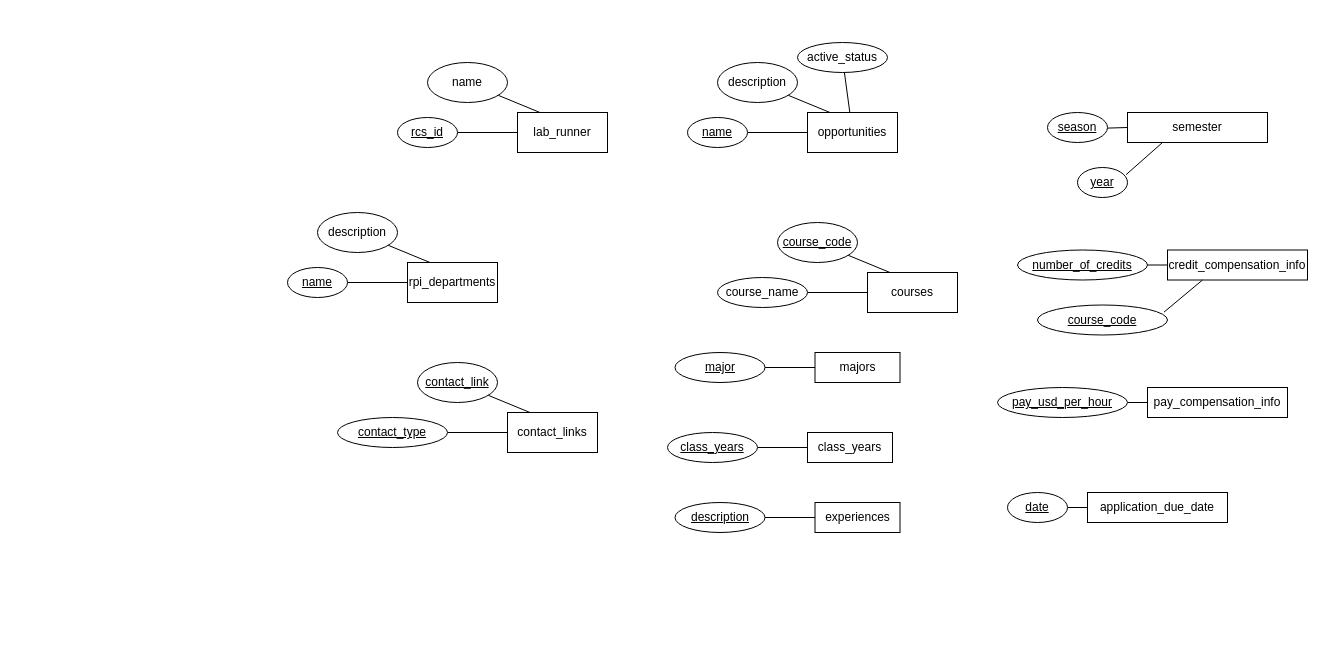
The draw.io diagram docs/database_docs/phase2_erd_sunny.drawio in LabConnect-RCOS/LabConnect-Backend, before the edit. Source tidied: cells renumbered, new cells numbered last; positions are measured from the earlier drawing's top-left corner, leaving out a move shared by most shapes. Both pictures are drawn from the tidied source at 100%, with x=0, y=0 at pixel (287, 42).
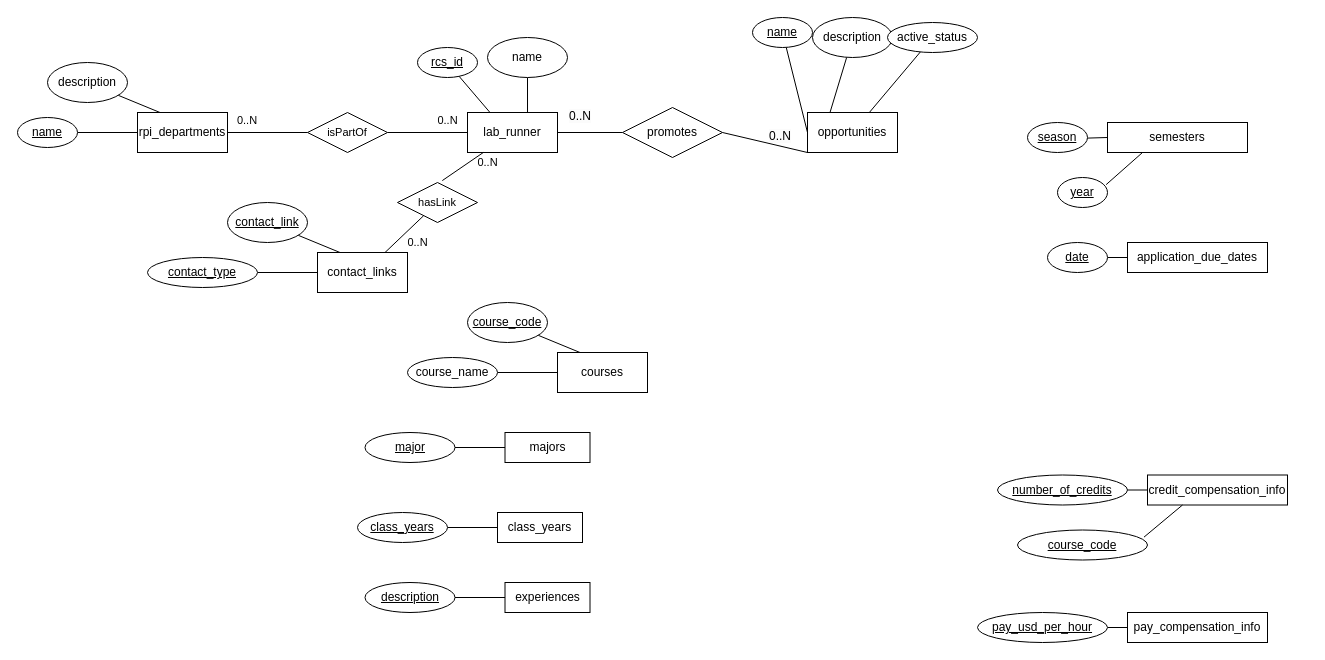
The same page after the edit.

Unchanged cells that the change refers to:
```xml
<mxCell id="2" value="opportunities" style="rounded=0;whiteSpace=wrap;html=1;" parent="1" vertex="1">
  <mxGeometry x="520" y="70" width="90" height="40" as="geometry" />
</mxCell>
```

The edit, as a diff of the source:
```diff
@@
     <mxCell id="4" value="&lt;u&gt;name&lt;/u&gt;" style="ellipse;whiteSpace=wrap;html=1;" parent="1" vertex="1">
-      <mxGeometry x="400" y="75" width="60" height="30" as="geometry" />
+      <mxGeometry x="465" y="-25" width="60" height="30" as="geometry" />
     </mxCell>
@@
     <mxCell id="6" value="description" style="ellipse;whiteSpace=wrap;html=1;" parent="1" vertex="1">
-      <mxGeometry x="430" y="20" width="80" height="40" as="geometry" />
+      <mxGeometry x="525" y="-25" width="80" height="40" as="geometry" />
     </mxCell>
@@
     <mxCell id="8" value="active_status" style="ellipse;whiteSpace=wrap;html=1;" parent="1" vertex="1">
-      <mxGeometry x="510" width="90" height="30" as="geometry" />
+      <mxGeometry x="600" y="-20" width="90" height="30" as="geometry" />
     </mxCell>
     <mxCell id="9" value="rpi_departments" style="rounded=0;whiteSpace=wrap;html=1;" parent="1" vertex="1">
-      <mxGeometry x="120" y="220" width="90" height="40" as="geometry" />
+      <mxGeometry x="-150" y="70" width="90" height="40" as="geometry" />
     </mxCell>
@@
     <mxCell id="11" value="&lt;u&gt;name&lt;/u&gt;" style="ellipse;whiteSpace=wrap;html=1;" parent="1" vertex="1">
-      <mxGeometry y="225" width="60" height="30" as="geometry" />
+      <mxGeometry x="-270" y="75" width="60" height="30" as="geometry" />
     </mxCell>
@@
     <mxCell id="13" value="description" style="ellipse;whiteSpace=wrap;html=1;" parent="1" vertex="1">
-      <mxGeometry x="30" y="170" width="80" height="40" as="geometry" />
+      <mxGeometry x="-240" y="20" width="80" height="40" as="geometry" />
     </mxCell>
     <mxCell id="14" value="lab_runner" style="rounded=0;whiteSpace=wrap;html=1;" parent="1" vertex="1">
-      <mxGeometry x="230" y="70" width="90" height="40" as="geometry" />
+      <mxGeometry x="180" y="70" width="90" height="40" as="geometry" />
     </mxCell>
-    <mxCell id="15" style="rounded=0;jettySize=auto;html=1;entryX=0;entryY=0.5;entryDx=0;entryDy=0;endArrow=none;endFill=0;" parent="1" edge="1" source="16" target="14">
+    <mxCell id="15" style="rounded=0;jettySize=auto;html=1;entryX=0.25;entryY=0;entryDx=0;entryDy=0;endArrow=none;endFill=0;" parent="1" edge="1" source="16" target="14">
       <mxGeometry relative="1" as="geometry" />
     </mxCell>
     <mxCell id="16" value="&lt;u&gt;rcs_id&lt;/u&gt;" style="ellipse;whiteSpace=wrap;html=1;" parent="1" vertex="1">
-      <mxGeometry x="110" y="75" width="60" height="30" as="geometry" />
+      <mxGeometry x="130" y="5" width="60" height="30" as="geometry" />
     </mxCell>
-    <mxCell id="17" style="rounded=0;jettySize=auto;html=1;entryX=0.25;entryY=0;entryDx=0;entryDy=0;endArrow=none;endFill=0;" parent="1" edge="1" source="18" target="14">
+    <mxCell id="17" style="rounded=0;jettySize=auto;html=1;entryX=0.667;entryY=0;entryDx=0;entryDy=0;endArrow=none;endFill=0;entryPerimeter=0;" parent="1" edge="1" source="18" target="14">
       <mxGeometry relative="1" as="geometry" />
     </mxCell>
     <mxCell id="18" value="name" style="ellipse;whiteSpace=wrap;html=1;" parent="1" vertex="1">
-      <mxGeometry x="140" y="20" width="80" height="40" as="geometry" />
+      <mxGeometry x="200" y="-5" width="80" height="40" as="geometry" />
     </mxCell>
     <mxCell id="19" value="contact_links" style="rounded=0;whiteSpace=wrap;html=1;" parent="1" vertex="1">
-      <mxGeometry x="220" y="370" width="90" height="40" as="geometry" />
+      <mxGeometry x="30" y="210" width="90" height="40" as="geometry" />
     </mxCell>
@@
     <mxCell id="21" value="&lt;u&gt;contact_type&lt;/u&gt;" style="ellipse;whiteSpace=wrap;html=1;" parent="1" vertex="1">
-      <mxGeometry x="50" y="375" width="110" height="30" as="geometry" />
+      <mxGeometry x="-140" y="215" width="110" height="30" as="geometry" />
     </mxCell>
@@
     <mxCell id="23" value="&lt;u&gt;contact_link&lt;/u&gt;" style="ellipse;whiteSpace=wrap;html=1;" parent="1" vertex="1">
-      <mxGeometry x="130" y="320" width="80" height="40" as="geometry" />
+      <mxGeometry x="-60" y="160" width="80" height="40" as="geometry" />
     </mxCell>
     <mxCell id="24" value="courses" style="rounded=0;whiteSpace=wrap;html=1;" parent="1" vertex="1">
-      <mxGeometry x="580" y="230" width="90" height="40" as="geometry" />
+      <mxGeometry x="270" y="310" width="90" height="40" as="geometry" />
     </mxCell>
@@
     <mxCell id="26" value="course_name" style="ellipse;whiteSpace=wrap;html=1;" parent="1" vertex="1">
-      <mxGeometry x="430" y="235" width="90" height="30" as="geometry" />
+      <mxGeometry x="120" y="315" width="90" height="30" as="geometry" />
     </mxCell>
@@
     <mxCell id="28" value="&lt;u&gt;course_code&lt;/u&gt;" style="ellipse;whiteSpace=wrap;html=1;" parent="1" vertex="1">
-      <mxGeometry x="490" y="180" width="80" height="40" as="geometry" />
+      <mxGeometry x="180" y="260" width="80" height="40" as="geometry" />
     </mxCell>
     <mxCell id="29" value="majors" style="rounded=0;whiteSpace=wrap;html=1;" parent="1" vertex="1">
-      <mxGeometry x="527.5" y="310" width="85" height="30" as="geometry" />
+      <mxGeometry x="217.5" y="390" width="85" height="30" as="geometry" />
     </mxCell>
@@
     <mxCell id="31" value="&lt;u&gt;major&lt;/u&gt;" style="ellipse;whiteSpace=wrap;html=1;" parent="1" vertex="1">
-      <mxGeometry x="387.5" y="310" width="90" height="30" as="geometry" />
+      <mxGeometry x="77.5" y="390" width="90" height="30" as="geometry" />
     </mxCell>
     <mxCell id="32" value="class_years" style="rounded=0;whiteSpace=wrap;html=1;" parent="1" vertex="1">
-      <mxGeometry x="520" y="390" width="85" height="30" as="geometry" />
+      <mxGeometry x="210" y="470" width="85" height="30" as="geometry" />
     </mxCell>
@@
     <mxCell id="34" value="&lt;u&gt;class_years&lt;/u&gt;" style="ellipse;whiteSpace=wrap;html=1;" parent="1" vertex="1">
-      <mxGeometry x="380" y="390" width="90" height="30" as="geometry" />
+      <mxGeometry x="70" y="470" width="90" height="30" as="geometry" />
     </mxCell>
     <mxCell id="35" value="experiences" style="rounded=0;whiteSpace=wrap;html=1;" parent="1" vertex="1">
-      <mxGeometry x="527.5" y="460" width="85" height="30" as="geometry" />
+      <mxGeometry x="217.5" y="540" width="85" height="30" as="geometry" />
     </mxCell>
@@
     <mxCell id="37" value="&lt;u&gt;description&lt;/u&gt;" style="ellipse;whiteSpace=wrap;html=1;" parent="1" vertex="1">
-      <mxGeometry x="387.5" y="460" width="90" height="30" as="geometry" />
+      <mxGeometry x="77.5" y="540" width="90" height="30" as="geometry" />
     </mxCell>
     <mxCell id="38" value="pay_compensation_info" style="rounded=0;whiteSpace=wrap;html=1;" parent="1" vertex="1">
-      <mxGeometry x="860" y="345" width="140" height="30" as="geometry" />
+      <mxGeometry x="840" y="570" width="140" height="30" as="geometry" />
     </mxCell>
@@
     <mxCell id="40" value="&lt;u&gt;pay_usd_per_hour&lt;/u&gt;" style="ellipse;whiteSpace=wrap;html=1;" parent="1" vertex="1">
-      <mxGeometry x="710" y="345" width="130" height="30" as="geometry" />
+      <mxGeometry x="690" y="570" width="130" height="30" as="geometry" />
     </mxCell>
     <mxCell id="41" value="credit_compensation_info" style="rounded=0;whiteSpace=wrap;html=1;" parent="1" vertex="1">
-      <mxGeometry x="880" y="207.5" width="140" height="30" as="geometry" />
+      <mxGeometry x="860" y="432.5" width="140" height="30" as="geometry" />
     </mxCell>
@@
     <mxCell id="43" value="&lt;u&gt;number_of_credits&lt;/u&gt;" style="ellipse;whiteSpace=wrap;html=1;" parent="1" vertex="1">
-      <mxGeometry x="730" y="207.5" width="130" height="30" as="geometry" />
+      <mxGeometry x="710" y="432.5" width="130" height="30" as="geometry" />
     </mxCell>
@@
     <mxCell id="45" value="&lt;u&gt;course_code&lt;/u&gt;" style="ellipse;whiteSpace=wrap;html=1;" parent="1" vertex="1">
-      <mxGeometry x="750" y="262.5" width="130" height="30" as="geometry" />
+      <mxGeometry x="730" y="487.5" width="130" height="30" as="geometry" />
     </mxCell>
-    <mxCell id="46" value="application_due_date" style="rounded=0;whiteSpace=wrap;html=1;" parent="1" vertex="1">
-      <mxGeometry x="800" y="450" width="140" height="30" as="geometry" />
+    <mxCell id="46" value="application_due_dates" style="rounded=0;whiteSpace=wrap;html=1;" parent="1" vertex="1">
+      <mxGeometry x="840" y="200" width="140" height="30" as="geometry" />
     </mxCell>
@@
     <mxCell id="48" value="&lt;u&gt;date&lt;/u&gt;" style="ellipse;whiteSpace=wrap;html=1;" parent="1" vertex="1">
-      <mxGeometry x="720" y="450" width="60" height="30" as="geometry" />
+      <mxGeometry x="760" y="200" width="60" height="30" as="geometry" />
     </mxCell>
-    <mxCell id="49" value="semester" style="rounded=0;whiteSpace=wrap;html=1;" parent="1" vertex="1">
-      <mxGeometry x="840" y="70" width="140" height="30" as="geometry" />
+    <mxCell id="49" value="semesters" style="rounded=0;whiteSpace=wrap;html=1;" parent="1" vertex="1">
+      <mxGeometry x="820" y="80" width="140" height="30" as="geometry" />
     </mxCell>
@@
     <mxCell id="51" value="&lt;u&gt;season&lt;/u&gt;" style="ellipse;whiteSpace=wrap;html=1;" parent="1" vertex="1">
-      <mxGeometry x="760" y="70" width="60" height="30" as="geometry" />
+      <mxGeometry x="740" y="80" width="60" height="30" as="geometry" />
     </mxCell>
@@
     <mxCell id="53" value="&lt;u&gt;year&lt;/u&gt;" style="ellipse;whiteSpace=wrap;html=1;" parent="1" vertex="1">
-      <mxGeometry x="790" y="125" width="50" height="30" as="geometry" />
+      <mxGeometry x="770" y="135" width="50" height="30" as="geometry" />
     </mxCell>
+    <mxCell id="54" style="rounded=0;jettySize=auto;html=1;endArrow=none;endFill=0;exitX=0;exitY=0.5;exitDx=0;exitDy=0;" parent="1" edge="1" source="56" target="14">
+      <mxGeometry relative="1" as="geometry" />
+    </mxCell>
+    <mxCell id="55" style="edgeStyle=none;shape=connector;rounded=0;jettySize=auto;html=1;entryX=0;entryY=1;entryDx=0;entryDy=0;labelBackgroundColor=default;strokeColor=default;align=center;verticalAlign=middle;fontFamily=Helvetica;fontSize=11;fontColor=default;endArrow=none;endFill=0;exitX=1;exitY=0.5;exitDx=0;exitDy=0;" parent="1" edge="1" source="56" target="2">
+      <mxGeometry relative="1" as="geometry" />
+    </mxCell>
+    <mxCell id="56" value="promotes" style="rhombus;whiteSpace=wrap;html=1;" parent="1" vertex="1">
+      <mxGeometry x="335" y="65" width="100" height="50" as="geometry" />
+    </mxCell>
+    <mxCell id="57" value="&lt;span style=&quot;color: rgb(0, 0, 0); font-family: Helvetica; font-size: 12px; font-style: normal; font-variant-ligatures: normal; font-variant-caps: normal; font-weight: 400; letter-spacing: normal; orphans: 2; text-align: center; text-indent: 0px; text-transform: none; widows: 2; word-spacing: 0px; -webkit-text-stroke-width: 0px; background-color: rgb(251, 251, 251); text-decoration-thickness: initial; text-decoration-style: initial; text-decoration-color: initial; float: none; display: inline !important;&quot;&gt;0..N&lt;/span&gt;" style="text;whiteSpace=wrap;html=1;fontSize=11;fontFamily=Helvetica;fontColor=default;" parent="1" vertex="1">
+      <mxGeometry x="280" y="60" width="30" height="20" as="geometry" />
+    </mxCell>
+    <mxCell id="58" value="&lt;span style=&quot;color: rgb(0, 0, 0); font-family: Helvetica; font-size: 12px; font-style: normal; font-variant-ligatures: normal; font-variant-caps: normal; font-weight: 400; letter-spacing: normal; orphans: 2; text-align: center; text-indent: 0px; text-transform: none; widows: 2; word-spacing: 0px; -webkit-text-stroke-width: 0px; background-color: rgb(251, 251, 251); text-decoration-thickness: initial; text-decoration-style: initial; text-decoration-color: initial; float: none; display: inline !important;&quot;&gt;0..N&lt;/span&gt;" style="text;whiteSpace=wrap;html=1;fontSize=11;fontFamily=Helvetica;fontColor=default;" parent="1" vertex="1">
+      <mxGeometry x="480" y="80" width="30" height="30" as="geometry" />
+    </mxCell>
+    <mxCell id="59" style="edgeStyle=none;shape=connector;rounded=0;jettySize=auto;html=1;labelBackgroundColor=default;strokeColor=default;align=center;verticalAlign=middle;fontFamily=Helvetica;fontSize=11;fontColor=default;endArrow=none;endFill=0;" parent="1" edge="1" source="61" target="14">
+      <mxGeometry relative="1" as="geometry" />
+    </mxCell>
+    <mxCell id="60" style="edgeStyle=none;shape=connector;rounded=0;jettySize=auto;html=1;entryX=1;entryY=0.5;entryDx=0;entryDy=0;labelBackgroundColor=default;strokeColor=default;align=center;verticalAlign=middle;fontFamily=Helvetica;fontSize=11;fontColor=default;endArrow=none;endFill=0;" parent="1" edge="1" source="61" target="9">
+      <mxGeometry relative="1" as="geometry" />
+    </mxCell>
+    <mxCell id="61" value="isPartOf" style="rhombus;whiteSpace=wrap;html=1;fontFamily=Helvetica;fontSize=11;fontColor=default;" parent="1" vertex="1">
+      <mxGeometry x="20" y="70" width="80" height="40" as="geometry" />
+    </mxCell>
+    <mxCell id="62" value="0..N" style="text;html=1;strokeColor=none;fillColor=none;align=center;verticalAlign=middle;whiteSpace=wrap;rounded=0;fontSize=11;fontFamily=Helvetica;fontColor=default;" parent="1" vertex="1">
+      <mxGeometry x="-60" y="65" width="40" height="25" as="geometry" />
+    </mxCell>
+    <mxCell id="63" value="0..N" style="text;html=1;align=center;verticalAlign=middle;strokeColor=none;fillColor=none;fontSize=11;fontFamily=Helvetica;fontColor=default;" parent="1" vertex="1">
+      <mxGeometry x="140" y="62.5" width="40" height="30" as="geometry" />
+    </mxCell>
+    <mxCell id="64" style="edgeStyle=none;shape=connector;rounded=0;jettySize=auto;html=1;entryX=0.75;entryY=0;entryDx=0;entryDy=0;labelBackgroundColor=default;strokeColor=default;align=center;verticalAlign=middle;fontFamily=Helvetica;fontSize=11;fontColor=default;endArrow=none;endFill=0;" parent="1" edge="1" source="65" target="19">
+      <mxGeometry relative="1" as="geometry" />
+    </mxCell>
+    <mxCell id="65" value="hasLink" style="rhombus;whiteSpace=wrap;html=1;fontFamily=Helvetica;fontSize=11;fontColor=default;" parent="1" vertex="1">
+      <mxGeometry x="110" y="140" width="80" height="40" as="geometry" />
+    </mxCell>
+    <mxCell id="66" style="edgeStyle=none;shape=connector;rounded=0;jettySize=auto;html=1;entryX=0.56;entryY=-0.048;entryDx=0;entryDy=0;entryPerimeter=0;labelBackgroundColor=default;strokeColor=default;align=center;verticalAlign=middle;fontFamily=Helvetica;fontSize=11;fontColor=default;endArrow=none;endFill=0;" parent="1" edge="1" source="14" target="65">
+      <mxGeometry relative="1" as="geometry" />
+    </mxCell>
+    <mxCell id="67" value="0..N" style="text;html=1;align=center;verticalAlign=middle;strokeColor=none;fillColor=none;fontSize=11;fontFamily=Helvetica;fontColor=default;" parent="1" vertex="1">
+      <mxGeometry x="180" y="105" width="40" height="30" as="geometry" />
+    </mxCell>
+    <mxCell id="68" value="0..N" style="text;html=1;align=center;verticalAlign=middle;strokeColor=none;fillColor=none;fontSize=11;fontFamily=Helvetica;fontColor=default;" parent="1" vertex="1">
+      <mxGeometry x="110" y="185" width="40" height="30" as="geometry" />
+    </mxCell>
```
